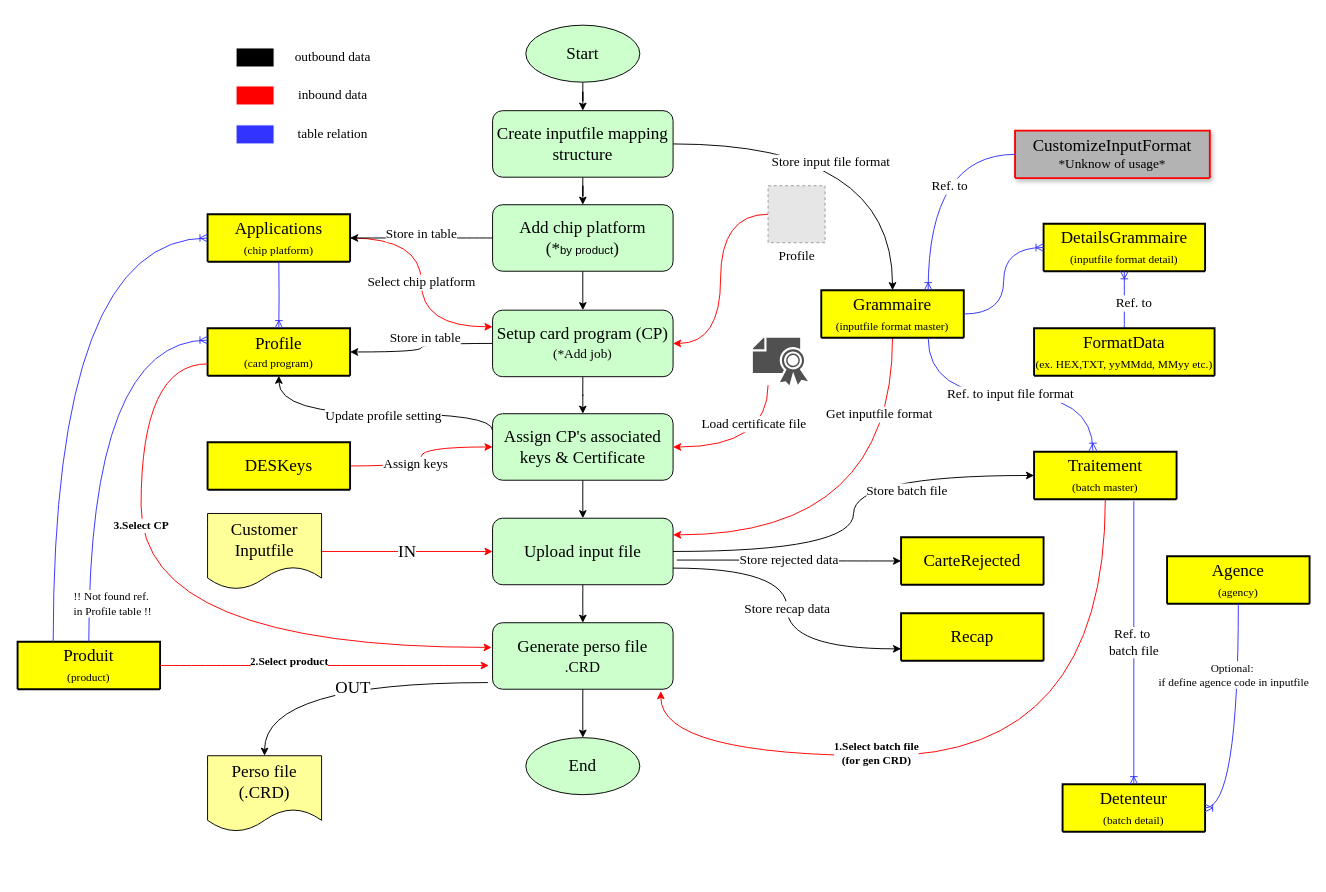
The draw.io diagram page "SmartCPS Core" (1 of 3) of smartcps.drawio in delphihero/MyDocument, before the edit. Source tidied: cells renumbered, new cells numbered last; positions are measured from the earlier drawing's top-left corner, leaving out a move shared by most shapes. Both pictures are drawn from the tidied source at 95%, with x=0, y=0 at pixel (17, 25). Pictures stored in the file or linked from it are replaced by grey dashed boxes.
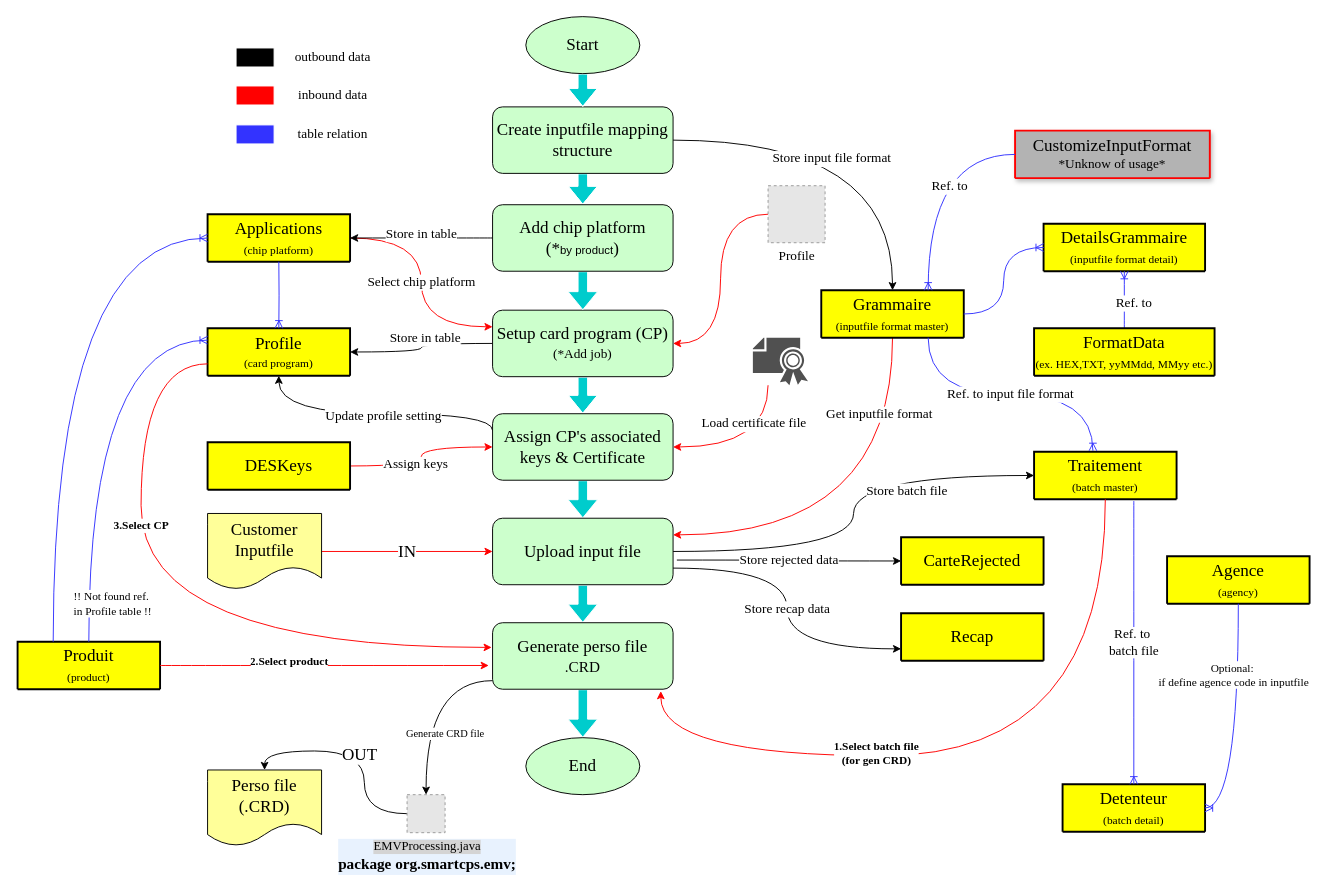
The same page after the edit.

Unchanged cells that the change refers to:
```xml
<mxCell id="12" value="&lt;div&gt;&lt;font face=&quot;Garamond&quot; style=&quot;font-size: 18px;&quot;&gt;Setup card program (CP)&lt;/font&gt;&lt;/div&gt;&lt;div&gt;&lt;font style=&quot;font-size: 14px;&quot; face=&quot;Garamond&quot;&gt;(*Add job)&lt;/font&gt;&lt;font size=&quot;3&quot; face=&quot;Garamond&quot;&gt;&lt;br&gt;&lt;/font&gt;&lt;/div&gt;" style="rounded=1;whiteSpace=wrap;html=1;fillColor=#CCFFCC;" parent="1" vertex="1">
  <mxGeometry x="500" y="300" width="190" height="70" as="geometry" />
</mxCell>
<mxCell id="18" value="&lt;font style=&quot;font-size: 18px;&quot; face=&quot;Garamond&quot;&gt;Assign CP's associated keys &amp;amp; Certificate&lt;br&gt;&lt;/font&gt;" style="rounded=1;whiteSpace=wrap;html=1;fillColor=#CCFFCC;" parent="1" vertex="1">
  <mxGeometry x="500" y="409" width="190" height="70" as="geometry" />
</mxCell>
<mxCell id="22" value="&lt;font style=&quot;font-size: 18px;&quot; face=&quot;Garamond&quot;&gt;Upload input file&lt;br&gt;&lt;/font&gt;" style="rounded=1;whiteSpace=wrap;html=1;fillColor=#CCFFCC;" parent="1" vertex="1">
  <mxGeometry x="500" y="519" width="190" height="70" as="geometry" />
</mxCell>
<mxCell id="34" value="&lt;div&gt;&lt;font style=&quot;font-size: 18px;&quot; face=&quot;Garamond&quot;&gt;Add chip platform&lt;/font&gt;&lt;/div&gt;&lt;div&gt;&lt;font style=&quot;font-size: 18px;&quot; face=&quot;Garamond&quot;&gt;(*&lt;/font&gt;by product&lt;font style=&quot;font-size: 18px;&quot; face=&quot;Garamond&quot;&gt;)&lt;br&gt;&lt;/font&gt;&lt;/div&gt;" style="rounded=1;whiteSpace=wrap;html=1;fillColor=#CCFFCC;" parent="1" vertex="1">
  <mxGeometry x="500" y="189" width="190" height="70" as="geometry" />
</mxCell>
<mxCell id="47" value="&lt;div&gt;&lt;font style=&quot;font-size: 18px;&quot; face=&quot;Garamond&quot;&gt;Generate perso file&lt;/font&gt;&lt;/div&gt;&lt;div&gt;&lt;font size=&quot;3&quot; face=&quot;Garamond&quot;&gt;.CRD&lt;br&gt;&lt;/font&gt;&lt;/div&gt;" style="rounded=1;whiteSpace=wrap;html=1;fillColor=#CCFFCC;" parent="1" vertex="1">
  <mxGeometry x="500" y="629" width="190" height="70" as="geometry" />
</mxCell>
<mxCell id="52" value="&lt;font style=&quot;font-size: 18px;&quot; face=&quot;Garamond&quot;&gt;End&lt;/font&gt;" style="ellipse;whiteSpace=wrap;html=1;fillColor=#CCFFCC;" parent="1" vertex="1">
  <mxGeometry x="535" y="750" width="120" height="60" as="geometry" />
</mxCell>
```

Diff of the diagram source:
```diff
@@
-    <mxCell id="3" style="edgeStyle=orthogonalEdgeStyle;rounded=0;jettySize=auto;html=1;" parent="1" edge="1" source="4" target="34">
+    <mxCell id="3" style="edgeStyle=orthogonalEdgeStyle;rounded=0;jettySize=auto;html=1;shape=flexArrow;strokeColor=#FFFFFF;fillColor=#00CCCC;" parent="1" edge="1" source="4" target="34">
       <mxGeometry relative="1" as="geometry" />
     </mxCell>
     <mxCell id="4" value="&lt;font face=&quot;Garamond&quot; style=&quot;font-size: 18px;&quot;&gt;Create inputfile mapping structure&lt;/font&gt;" style="rounded=1;whiteSpace=wrap;html=1;fillColor=#CCFFCC;" parent="1" vertex="1">
-      <mxGeometry x="500" y="90" width="190" height="70" as="geometry" />
+      <mxGeometry x="500" y="86" width="190" height="70" as="geometry" />
     </mxCell>
@@
-    <mxCell id="9" style="edgeStyle=orthogonalEdgeStyle;rounded=0;jettySize=auto;html=1;" parent="1" edge="1" source="12" target="18">
+    <mxCell id="9" style="edgeStyle=orthogonalEdgeStyle;rounded=0;jettySize=auto;html=1;shape=flexArrow;strokeColor=#FFFFFF;fillColor=#00CCCC;" parent="1" edge="1" source="12" target="18">
       <mxGeometry relative="1" as="geometry" />
     </mxCell>
@@
-    <mxCell id="13" style="edgeStyle=orthogonalEdgeStyle;rounded=0;jettySize=auto;html=1;" parent="1" edge="1" source="14" target="4">
+    <mxCell id="13" style="edgeStyle=orthogonalEdgeStyle;rounded=0;jettySize=auto;html=1;shape=flexArrow;strokeColor=#FFFFFF;fillColor=#00CCCC;" parent="1" edge="1" source="14" target="4">
       <mxGeometry relative="1" as="geometry" />
     </mxCell>
     <mxCell id="14" value="&lt;font style=&quot;font-size: 18px;&quot; face=&quot;Garamond&quot;&gt;Start&lt;/font&gt;" style="ellipse;whiteSpace=wrap;html=1;fillColor=#CCFFCC;" parent="1" vertex="1">
-      <mxGeometry x="535" width="120" height="60" as="geometry" />
+      <mxGeometry x="535" y="-9" width="120" height="60" as="geometry" />
     </mxCell>
-    <mxCell id="15" style="edgeStyle=orthogonalEdgeStyle;rounded=0;jettySize=auto;html=1;" parent="1" edge="1" source="18" target="22">
+    <mxCell id="15" style="edgeStyle=orthogonalEdgeStyle;rounded=0;jettySize=auto;html=1;shape=flexArrow;strokeColor=#FFFFFF;fillColor=#00CCCC;" parent="1" edge="1" source="18" target="22">
       <mxGeometry relative="1" as="geometry" />
     </mxCell>
@@
-    <mxCell id="19" style="edgeStyle=orthogonalEdgeStyle;rounded=0;jettySize=auto;html=1;" parent="1" edge="1" source="22" target="47">
+    <mxCell id="19" style="edgeStyle=orthogonalEdgeStyle;rounded=0;jettySize=auto;html=1;shape=flexArrow;strokeColor=#FFFFFF;fillColor=#00CCCC;" parent="1" edge="1" source="22" target="47">
       <mxGeometry relative="1" as="geometry" />
     </mxCell>
@@
     <mxCell id="25" value="&lt;div&gt;&lt;font style=&quot;font-size: 18px;&quot; face=&quot;Garamond&quot;&gt;Perso file&lt;/font&gt;&lt;/div&gt;&lt;div&gt;&lt;font style=&quot;font-size: 18px;&quot; face=&quot;Garamond&quot;&gt;(.CRD)&lt;br&gt;&lt;/font&gt;&lt;/div&gt;" style="shape=document;whiteSpace=wrap;html=1;boundedLbl=1;fillColor=#FFFF99;" parent="1" vertex="1">
-      <mxGeometry x="200" y="769" width="120" height="80" as="geometry" />
+      <mxGeometry x="200" y="784" width="120" height="80" as="geometry" />
     </mxCell>
@@
-    <mxCell id="33" style="edgeStyle=orthogonalEdgeStyle;rounded=0;jettySize=auto;html=1;" parent="1" edge="1" source="34" target="12">
+    <mxCell id="33" style="edgeStyle=orthogonalEdgeStyle;rounded=0;jettySize=auto;html=1;shape=flexArrow;strokeColor=#FFFFFF;fillColor=#00CCCC;" parent="1" edge="1" source="34" target="12">
       <mxGeometry relative="1" as="geometry" />
     </mxCell>
@@
-    <mxCell id="43" value="&lt;font style=&quot;font-size: 18px;&quot; face=&quot;Garamond&quot;&gt;OUT&lt;/font&gt;" style="edgeStyle=orthogonalEdgeStyle;rounded=0;jettySize=auto;html=1;entryX=0.5;entryY=0;entryDx=0;entryDy=0;curved=1;exitX=-0.026;exitY=0.9;exitDx=0;exitDy=0;exitPerimeter=0;" parent="1" edge="1" source="47" target="25">
+    <mxCell id="43" value="&lt;font style=&quot;font-size: 18px;&quot; face=&quot;Garamond&quot;&gt;OUT&lt;/font&gt;" style="edgeStyle=orthogonalEdgeStyle;rounded=0;jettySize=auto;html=1;entryX=0.5;entryY=0;entryDx=0;entryDy=0;curved=1;" parent="1" edge="1" source="77" target="25">
       <mxGeometry x="-0.09" y="5" relative="1" as="geometry" />
     </mxCell>
-    <mxCell id="44" style="edgeStyle=orthogonalEdgeStyle;rounded=0;jettySize=auto;html=1;" parent="1" edge="1" source="47" target="52">
+    <mxCell id="44" style="edgeStyle=orthogonalEdgeStyle;rounded=0;jettySize=auto;html=1;shape=flexArrow;strokeColor=#FFFFFF;fillColor=#00CCCC;" parent="1" edge="1" source="47" target="52">
       <mxGeometry relative="1" as="geometry" />
     </mxCell>
@@
+    <mxCell id="76" value="&lt;font face=&quot;Garamond&quot;&gt;Generate CRD file&lt;br&gt;&lt;/font&gt;" style="edgeStyle=orthogonalEdgeStyle;curved=1;rounded=0;jettySize=auto;html=1;entryX=0.5;entryY=0;entryDx=0;entryDy=0;exitX=0;exitY=0.871;exitDx=0;exitDy=0;exitPerimeter=0;" parent="1" edge="1" source="47" target="77">
+      <mxGeometry x="0.33" y="20" relative="1" as="geometry" />
+    </mxCell>
@@
+    <mxCell id="77" value="&lt;div style=&quot;background-color:#ffffff;padding:0px 0px 0px 2px;&quot;&gt;&lt;div style=&quot;color: rgb(0, 0, 0); background-color: rgb(255, 255, 255); font-family: &amp;quot;Courier New&amp;quot;; font-size: 10pt;&quot;&gt;&lt;p style=&quot;background-color:#e8f2fe;margin:0;&quot;&gt;&lt;span style=&quot;color:#000000;background-color:#d4d4d4;&quot;&gt;&lt;font face=&quot;Garamond&quot;&gt;EMVProcessing.java&lt;/font&gt;&lt;/span&gt;&lt;/p&gt;&lt;p style=&quot;background-color:#e8f2fe;margin:0;&quot;&gt;&lt;b&gt;&lt;font face=&quot;Garamond&quot; size=&quot;3&quot;&gt;package&lt;span style=&quot;color:#000000;&quot;&gt; org.smartcps.emv;&lt;/span&gt;&lt;/font&gt;&lt;font face=&quot;81ybrdc6QslveKz1q80m&quot; size=&quot;3&quot;&gt;&lt;span style=&quot;color:#000000;background-color:#d4d4d4;&quot;&gt;&lt;br&gt;&lt;/span&gt;&lt;/font&gt;&lt;/b&gt;&lt;/p&gt;&lt;/div&gt;&lt;/div&gt;" style="fillColor=#E6E6E6;strokeColor=#999999;dashed=1;html=1;verticalAlign=top;verticalLabelPosition=bottom;labelBackgroundColor=#ffffff;" parent="1" vertex="1">
+      <mxGeometry x="410" y="810" width="40" height="40" as="geometry" />
+    </mxCell>
```
